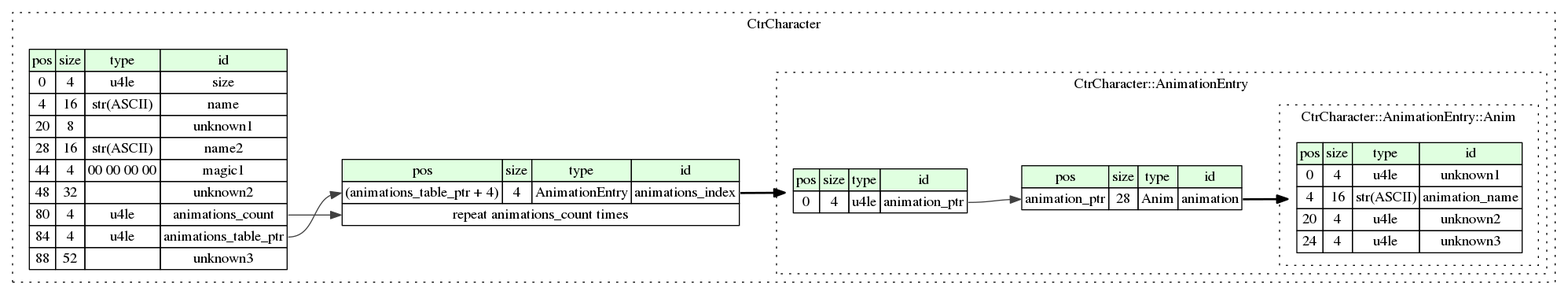
This is graphviz/ctr_character.png from tatref/libctr, a Graphviz export, as it was before one commit. Its source is kept beside it as graphviz/ctr_character.dot.
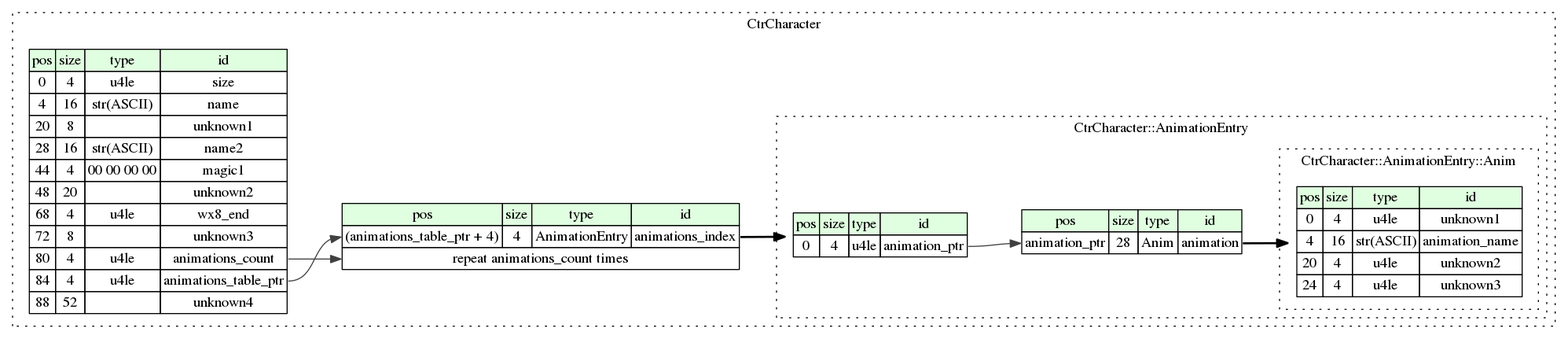
After the change.

Change to the diagram source:
```diff
@@ -12,10 +12,12 @@
 			<TR><TD PORT="unknown1_pos">20</TD><TD PORT="unknown1_size">8</TD><TD></TD><TD PORT="unknown1_type">unknown1</TD></TR>
 			<TR><TD PORT="name2_pos">28</TD><TD PORT="name2_size">16</TD><TD>str(ASCII)</TD><TD PORT="name2_type">name2</TD></TR>
 			<TR><TD PORT="magic1_pos">44</TD><TD PORT="magic1_size">4</TD><TD>00 00 00 00</TD><TD PORT="magic1_type">magic1</TD></TR>
-			<TR><TD PORT="unknown2_pos">48</TD><TD PORT="unknown2_size">32</TD><TD></TD><TD PORT="unknown2_type">unknown2</TD></TR>
+			<TR><TD PORT="unknown2_pos">48</TD><TD PORT="unknown2_size">20</TD><TD></TD><TD PORT="unknown2_type">unknown2</TD></TR>
+			<TR><TD PORT="wx8_end_pos">68</TD><TD PORT="wx8_end_size">4</TD><TD>u4le</TD><TD PORT="wx8_end_type">wx8_end</TD></TR>
+			<TR><TD PORT="unknown3_pos">72</TD><TD PORT="unknown3_size">8</TD><TD></TD><TD PORT="unknown3_type">unknown3</TD></TR>
 			<TR><TD PORT="animations_count_pos">80</TD><TD PORT="animations_count_size">4</TD><TD>u4le</TD><TD PORT="animations_count_type">animations_count</TD></TR>
 			<TR><TD PORT="animations_table_ptr_pos">84</TD><TD PORT="animations_table_ptr_size">4</TD><TD>u4le</TD><TD PORT="animations_table_ptr_type">animations_table_ptr</TD></TR>
-			<TR><TD PORT="unknown3_pos">88</TD><TD PORT="unknown3_size">52</TD><TD></TD><TD PORT="unknown3_type">unknown3</TD></TR>
+			<TR><TD PORT="unknown4_pos">88</TD><TD PORT="unknown4_size">52</TD><TD></TD><TD PORT="unknown4_type">unknown4</TD></TR>
 		</TABLE>>];
 		ctr_character__inst__animations_index [label=<<TABLE BORDER="0" CELLBORDER="1" CELLSPACING="0">
 			<TR><TD BGCOLOR="#E0FFE0">pos</TD><TD BGCOLOR="#E0FFE0">size</TD><TD BGCOLOR="#E0FFE0">type</TD><TD BGCOLOR="#E0FFE0">id</TD></TR>
```
